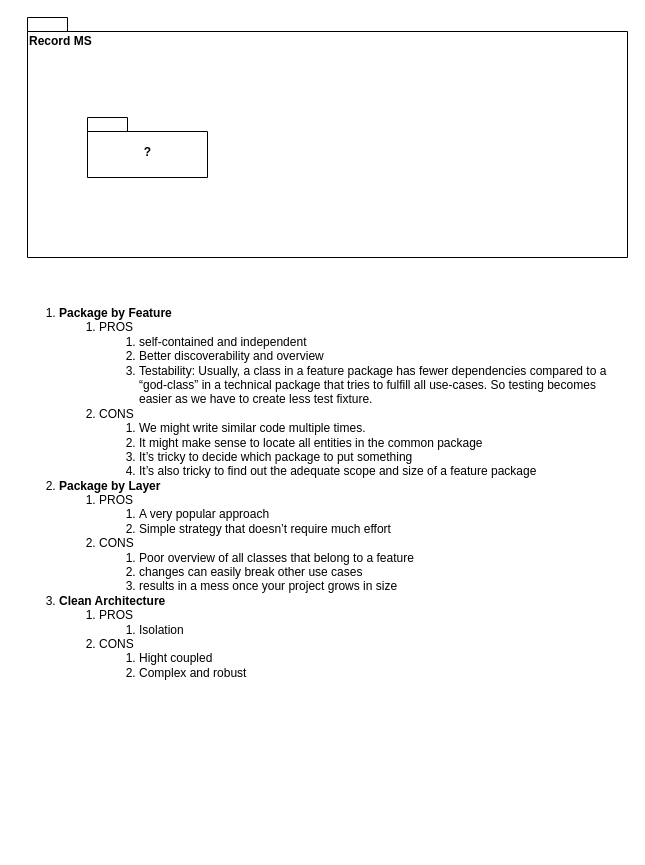
Before: architecture/john-doe-bank/04.package.drawio in codegik/pocs, a draw.io diagram. Source tidied: cells renumbered, new cells numbered last; positions are measured from the earlier drawing's top-left corner, leaving out a move shared by most shapes. Both pictures are drawn from the tidied source at 100%, with x=0, y=0 at pixel (17, 17).
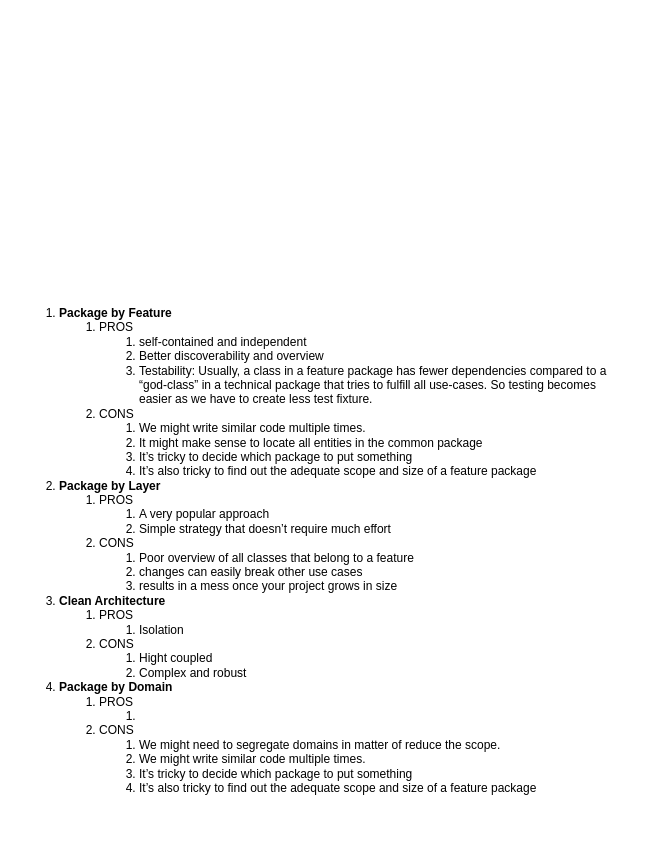
Above is the later version.

The edit, as a diff of the source:
```diff
@@
 <mxGraphModel>
   <root>
     <mxCell id="0" />
     <mxCell id="1" parent="0" />
-    <mxCell id="2" value="&lt;ol&gt;&lt;li&gt;&lt;b&gt;Package by Feature&lt;/b&gt;&lt;/li&gt;&lt;ol&gt;&lt;li&gt;PROS&lt;/li&gt;&lt;ol&gt;&lt;li&gt;self-contained and independent&lt;br&gt;&lt;/li&gt;&lt;li&gt;Better discoverability and overview&lt;/li&gt;&lt;li&gt;Testability: Usually, a class in a feature package has fewer dependencies compared to a “god-class” in a technical package that tries to fulfill all use-cases. So testing becomes easier as we have to create less test fixture.&lt;br&gt;&lt;/li&gt;&lt;/ol&gt;&lt;li&gt;CONS&lt;/li&gt;&lt;ol&gt;&lt;li&gt;We might write similar code multiple times.&lt;br&gt;&lt;/li&gt;&lt;li&gt;It might make sense to locate all entities in the common package&lt;/li&gt;&lt;li&gt;It’s tricky to decide which package to put something&lt;/li&gt;&lt;li&gt;It’s also tricky to find out the adequate scope and size of a feature package&lt;/li&gt;&lt;/ol&gt;&lt;/ol&gt;&lt;li&gt;&lt;b&gt;Package by Layer &lt;/b&gt;&lt;br&gt;&lt;/li&gt;&lt;ol&gt;&lt;li&gt;PROS&lt;/li&gt;&lt;ol&gt;&lt;li&gt;A very popular approach&lt;/li&gt;&lt;li&gt;Simple strategy that doesn’t require much effort&lt;br&gt;&lt;/li&gt;&lt;/ol&gt;&lt;li&gt;CONS&lt;/li&gt;&lt;ol&gt;&lt;li&gt;Poor overview of all classes that belong to a feature&lt;/li&gt;&lt;li&gt;changes can easily break other use cases&lt;/li&gt;&lt;li&gt;results in a mess once your project grows in size&lt;br&gt;&lt;/li&gt;&lt;/ol&gt;&lt;/ol&gt;&lt;li&gt;&lt;b&gt;Clean Architecture&lt;/b&gt;&lt;/li&gt;&lt;ol&gt;&lt;li&gt;PROS&lt;/li&gt;&lt;ol&gt;&lt;li&gt;Isolation&lt;br&gt;&lt;/li&gt;&lt;/ol&gt;&lt;li&gt;CONS&lt;/li&gt;&lt;ol&gt;&lt;li&gt;Hight coupled&lt;/li&gt;&lt;li&gt;Complex and robust&lt;br&gt;&lt;/li&gt;&lt;/ol&gt;&lt;/ol&gt;&lt;/ol&gt;" style="text;html=1;strokeColor=none;fillColor=none;align=left;verticalAlign=top;whiteSpace=wrap;rounded=0;horizontal=1;" parent="1" vertex="1">
+    <mxCell id="2" value="&lt;ol&gt;&lt;li&gt;&lt;b&gt;Package by Feature&lt;/b&gt;&lt;/li&gt;&lt;ol&gt;&lt;li&gt;PROS&lt;/li&gt;&lt;ol&gt;&lt;li&gt;self-contained and independent&lt;br&gt;&lt;/li&gt;&lt;li&gt;Better discoverability and overview&lt;/li&gt;&lt;li&gt;Testability: Usually, a class in a feature package has fewer dependencies compared to a “god-class” in a technical package that tries to fulfill all use-cases. So testing becomes easier as we have to create less test fixture.&lt;br&gt;&lt;/li&gt;&lt;/ol&gt;&lt;li&gt;CONS&lt;/li&gt;&lt;ol&gt;&lt;li&gt;We might write similar code multiple times.&lt;br&gt;&lt;/li&gt;&lt;li&gt;It might make sense to locate all entities in the common package&lt;/li&gt;&lt;li&gt;It’s tricky to decide which package to put something&lt;/li&gt;&lt;li&gt;It’s also tricky to find out the adequate scope and size of a feature package&lt;/li&gt;&lt;/ol&gt;&lt;/ol&gt;&lt;li&gt;&lt;b&gt;Package by Layer &lt;/b&gt;&lt;br&gt;&lt;/li&gt;&lt;ol&gt;&lt;li&gt;PROS&lt;/li&gt;&lt;ol&gt;&lt;li&gt;A very popular approach&lt;/li&gt;&lt;li&gt;Simple strategy that doesn’t require much effort&lt;br&gt;&lt;/li&gt;&lt;/ol&gt;&lt;li&gt;CONS&lt;/li&gt;&lt;ol&gt;&lt;li&gt;Poor overview of all classes that belong to a feature&lt;/li&gt;&lt;li&gt;changes can easily break other use cases&lt;/li&gt;&lt;li&gt;results in a mess once your project grows in size&lt;br&gt;&lt;/li&gt;&lt;/ol&gt;&lt;/ol&gt;&lt;li&gt;&lt;b&gt;Clean Architecture&lt;/b&gt;&lt;/li&gt;&lt;ol&gt;&lt;li&gt;PROS&lt;/li&gt;&lt;ol&gt;&lt;li&gt;Isolation&lt;br&gt;&lt;/li&gt;&lt;/ol&gt;&lt;li&gt;CONS&lt;/li&gt;&lt;ol&gt;&lt;li&gt;Hight coupled&lt;/li&gt;&lt;li&gt;Complex and robust&lt;/li&gt;&lt;/ol&gt;&lt;/ol&gt;&lt;li&gt;&lt;b&gt;Package by Domain&lt;/b&gt;&lt;/li&gt;&lt;ol&gt;&lt;li&gt;PROS&lt;/li&gt;&lt;ol&gt;&lt;li&gt;&lt;br&gt;&lt;/li&gt;&lt;/ol&gt;&lt;li&gt;CONS&lt;/li&gt;&lt;ol&gt;&lt;li&gt;We might need to segregate domains in matter of reduce the scope.&lt;/li&gt;&lt;li&gt;We might write similar code multiple times.&lt;br&gt;&lt;/li&gt;&lt;li&gt;It’s tricky to decide which package to put something&lt;/li&gt;&lt;li&gt;It’s also tricky to find out the adequate scope and size of a feature package&lt;/li&gt;&lt;/ol&gt;&lt;/ol&gt;&lt;/ol&gt;" style="text;html=1;strokeColor=none;fillColor=none;align=left;verticalAlign=top;whiteSpace=wrap;rounded=0;horizontal=1;" parent="1" vertex="1">
       <mxGeometry y="270" width="610" height="560" as="geometry" />
     </mxCell>
-    <mxCell id="3" value="Record MS" style="shape=folder;fontStyle=1;spacingTop=10;tabWidth=40;tabHeight=14;tabPosition=left;html=1;align=left;verticalAlign=top;" parent="1" vertex="1">
-      <mxGeometry x="10" width="600" height="240" as="geometry" />
-    </mxCell>
-    <mxCell id="4" value="?" style="shape=folder;fontStyle=1;spacingTop=10;tabWidth=40;tabHeight=14;tabPosition=left;html=1;" parent="1" vertex="1">
-      <mxGeometry x="70" y="100" width="120" height="60" as="geometry" />
-    </mxCell>
   </root>
 </mxGraphModel>
```
